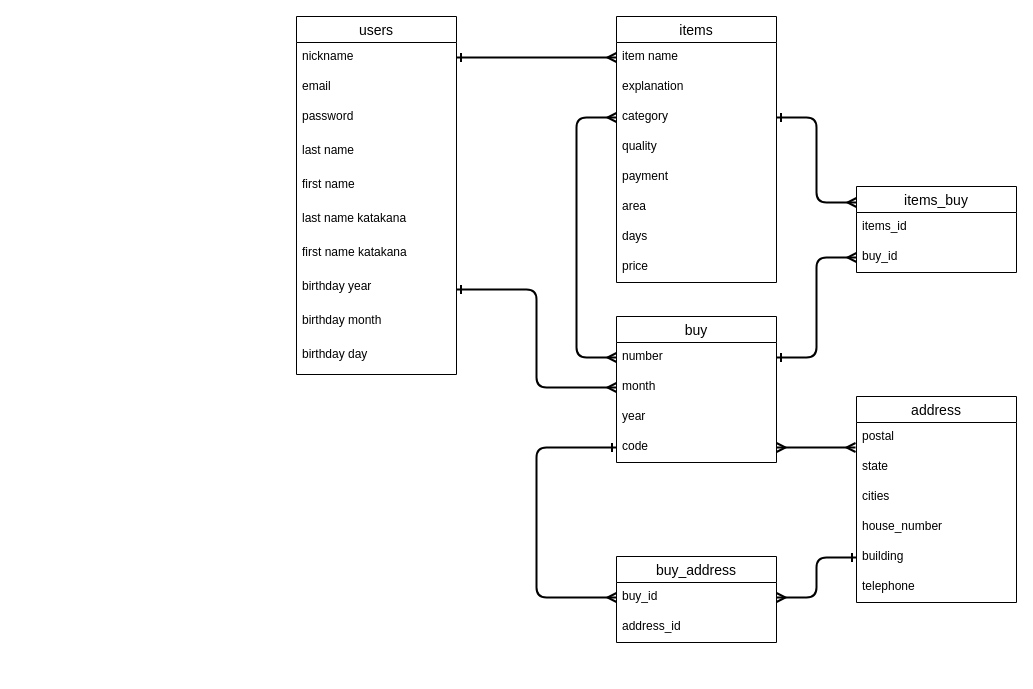
The draw.io diagram furima.dio in ohirune41/furima-37976, before the edit. Source tidied: cells renumbered, new cells numbered last; positions are measured from the earlier drawing's top-left corner, leaving out a move shared by most shapes. Both pictures are drawn from the tidied source at 100%, with x=0, y=0 at pixel (296, 16).
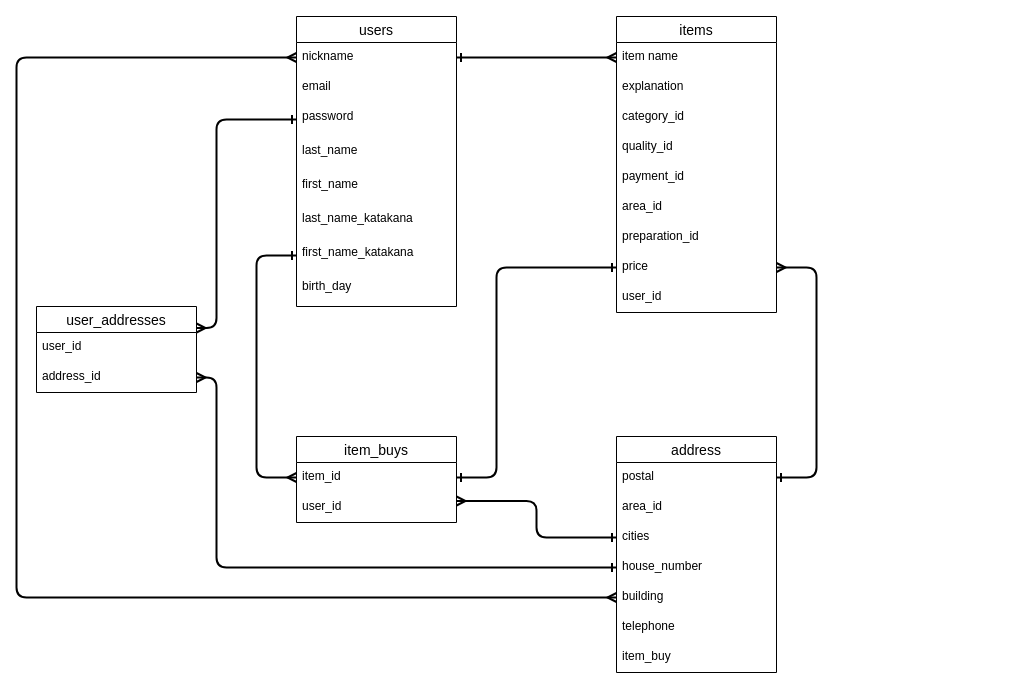
The same page after the edit.

Commit message (it also covers changes not shown here):
READMEとER図の修正

The change refers to these unchanged cells:
```xml
<mxCell id="3" value="nickname&#10;" style="text;strokeColor=none;fillColor=none;spacingLeft=4;spacingRight=4;overflow=hidden;points=[[0,0.5],[1,0.5]];portConstraint=eastwest;fontSize=12;" parent="2" vertex="1">
  <mxGeometry y="26" width="160" height="30" as="geometry" />
</mxCell>
<mxCell id="5" value="password" style="text;strokeColor=none;fillColor=none;spacingLeft=4;spacingRight=4;overflow=hidden;points=[[0,0.5],[1,0.5]];portConstraint=eastwest;fontSize=12;" parent="2" vertex="1">
  <mxGeometry y="86" width="160" height="34" as="geometry" />
</mxCell>
<mxCell id="21" value="price" style="text;strokeColor=none;fillColor=none;spacingLeft=4;spacingRight=4;overflow=hidden;points=[[0,0.5],[1,0.5]];portConstraint=eastwest;fontSize=12;" parent="13" vertex="1">
  <mxGeometry y="236" width="160" height="30" as="geometry" />
</mxCell>
<mxCell id="29" value="postal" style="text;strokeColor=none;fillColor=none;spacingLeft=4;spacingRight=4;overflow=hidden;points=[[0,0.5],[1,0.5]];portConstraint=eastwest;fontSize=12;" parent="28" vertex="1">
  <mxGeometry y="26" width="160" height="30" as="geometry" />
</mxCell>
<mxCell id="31" value="cities" style="text;strokeColor=none;fillColor=none;spacingLeft=4;spacingRight=4;overflow=hidden;points=[[0,0.5],[1,0.5]];portConstraint=eastwest;fontSize=12;" parent="28" vertex="1">
  <mxGeometry y="86" width="160" height="30" as="geometry" />
</mxCell>
<mxCell id="32" value="house_number" style="text;strokeColor=none;fillColor=none;spacingLeft=4;spacingRight=4;overflow=hidden;points=[[0,0.5],[1,0.5]];portConstraint=eastwest;fontSize=12;" parent="28" vertex="1">
  <mxGeometry y="116" width="160" height="30" as="geometry" />
</mxCell>
<mxCell id="33" value="building" style="text;strokeColor=none;fillColor=none;spacingLeft=4;spacingRight=4;overflow=hidden;points=[[0,0.5],[1,0.5]];portConstraint=eastwest;fontSize=12;" parent="28" vertex="1">
  <mxGeometry y="146" width="160" height="30" as="geometry" />
</mxCell>
```

Diff of the diagram source:
```diff
@@
     <mxCell id="2" value="users" style="swimlane;fontStyle=0;horizontal=1;startSize=26;align=center;fontSize=14;" parent="1" vertex="1">
-      <mxGeometry width="160" height="358" as="geometry" />
+      <mxGeometry width="160" height="290" as="geometry" />
     </mxCell>
@@
-    <mxCell id="6" value="last name" style="text;strokeColor=none;fillColor=none;spacingLeft=4;spacingRight=4;overflow=hidden;fontSize=12;" parent="2" vertex="1">
+    <mxCell id="6" value="last_name" style="text;strokeColor=none;fillColor=none;spacingLeft=4;spacingRight=4;overflow=hidden;fontSize=12;" parent="2" vertex="1">
       <mxGeometry y="120" width="160" height="34" as="geometry" />
     </mxCell>
-    <mxCell id="7" value="first name" style="text;strokeColor=none;fillColor=none;spacingLeft=4;spacingRight=4;overflow=hidden;fontSize=12;" parent="2" vertex="1">
+    <mxCell id="7" value="first_name" style="text;strokeColor=none;fillColor=none;spacingLeft=4;spacingRight=4;overflow=hidden;fontSize=12;" parent="2" vertex="1">
       <mxGeometry y="154" width="160" height="34" as="geometry" />
     </mxCell>
-    <mxCell id="8" value="last name katakana" style="text;strokeColor=none;fillColor=none;spacingLeft=4;spacingRight=4;overflow=hidden;fontSize=12;" parent="2" vertex="1">
+    <mxCell id="8" value="last_name_katakana" style="text;strokeColor=none;fillColor=none;spacingLeft=4;spacingRight=4;overflow=hidden;fontSize=12;" parent="2" vertex="1">
       <mxGeometry y="188" width="160" height="34" as="geometry" />
     </mxCell>
-    <mxCell id="9" value="first name katakana" style="text;strokeColor=none;fillColor=none;spacingLeft=4;spacingRight=4;overflow=hidden;points=[[0,0.5],[1,0.5]];portConstraint=eastwest;fontSize=12;" parent="2" vertex="1">
+    <mxCell id="9" value="first_name_katakana" style="text;strokeColor=none;fillColor=none;spacingLeft=4;spacingRight=4;overflow=hidden;points=[[0,0.5],[1,0.5]];portConstraint=eastwest;fontSize=12;" parent="2" vertex="1">
       <mxGeometry y="222" width="160" height="34" as="geometry" />
     </mxCell>
-    <mxCell id="10" value="birthday year" style="text;strokeColor=none;fillColor=none;spacingLeft=4;spacingRight=4;overflow=hidden;points=[[0,0.5],[1,0.5]];portConstraint=eastwest;fontSize=12;" parent="2" vertex="1">
+    <mxCell id="10" value="birth_day" style="text;strokeColor=none;fillColor=none;spacingLeft=4;spacingRight=4;overflow=hidden;points=[[0,0.5],[1,0.5]];portConstraint=eastwest;fontSize=12;" parent="2" vertex="1">
       <mxGeometry y="256" width="160" height="34" as="geometry" />
     </mxCell>
-    <mxCell id="11" value="birthday month" style="text;strokeColor=none;fillColor=none;spacingLeft=4;spacingRight=4;overflow=hidden;fontSize=12;" parent="2" vertex="1">
-      <mxGeometry y="290" width="160" height="34" as="geometry" />
-    </mxCell>
-    <mxCell id="12" value="birthday day" style="text;strokeColor=none;fillColor=none;spacingLeft=4;spacingRight=4;overflow=hidden;fontSize=12;" parent="2" vertex="1">
-      <mxGeometry y="324" width="160" height="34" as="geometry" />
-    </mxCell>
     <mxCell id="13" value="items" style="swimlane;fontStyle=0;horizontal=1;startSize=26;align=center;fontSize=14;" parent="1" vertex="1">
-      <mxGeometry x="320" width="160" height="266" as="geometry" />
+      <mxGeometry x="320" width="160" height="296" as="geometry" />
     </mxCell>
@@
-    <mxCell id="16" value="category" style="text;strokeColor=none;fillColor=none;spacingLeft=4;spacingRight=4;overflow=hidden;fontSize=12;" parent="13" vertex="1">
+    <mxCell id="16" value="category_id" style="text;strokeColor=none;fillColor=none;spacingLeft=4;spacingRight=4;overflow=hidden;fontSize=12;" parent="13" vertex="1">
       <mxGeometry y="86" width="160" height="30" as="geometry" />
     </mxCell>
-    <mxCell id="17" value="quality" style="text;strokeColor=none;fillColor=none;spacingLeft=4;spacingRight=4;overflow=hidden;fontSize=12;" parent="13" vertex="1">
+    <mxCell id="17" value="quality_id" style="text;strokeColor=none;fillColor=none;spacingLeft=4;spacingRight=4;overflow=hidden;fontSize=12;" parent="13" vertex="1">
       <mxGeometry y="116" width="160" height="30" as="geometry" />
     </mxCell>
-    <mxCell id="18" value="payment" style="text;strokeColor=none;fillColor=none;spacingLeft=4;spacingRight=4;overflow=hidden;fontSize=12;" parent="13" vertex="1">
+    <mxCell id="18" value="payment_id" style="text;strokeColor=none;fillColor=none;spacingLeft=4;spacingRight=4;overflow=hidden;fontSize=12;" parent="13" vertex="1">
       <mxGeometry y="146" width="160" height="30" as="geometry" />
     </mxCell>
-    <mxCell id="19" value="area" style="text;strokeColor=none;fillColor=none;spacingLeft=4;spacingRight=4;overflow=hidden;fontSize=12;" parent="13" vertex="1">
+    <mxCell id="19" value="area_id" style="text;strokeColor=none;fillColor=none;spacingLeft=4;spacingRight=4;overflow=hidden;fontSize=12;" parent="13" vertex="1">
       <mxGeometry y="176" width="160" height="30" as="geometry" />
     </mxCell>
-    <mxCell id="20" value="days" style="text;strokeColor=none;fillColor=none;spacingLeft=4;spacingRight=4;overflow=hidden;fontSize=12;" parent="13" vertex="1">
+    <mxCell id="20" value="preparation_id" style="text;strokeColor=none;fillColor=none;spacingLeft=4;spacingRight=4;overflow=hidden;fontSize=12;" parent="13" vertex="1">
       <mxGeometry y="206" width="160" height="30" as="geometry" />
     </mxCell>
@@
+    <mxCell id="48" value="user_id" style="text;strokeColor=none;fillColor=none;spacingLeft=4;spacingRight=4;overflow=hidden;fontSize=12;" parent="13" vertex="1">
+      <mxGeometry y="266" width="160" height="30" as="geometry" />
+    </mxCell>
@@
-    <mxCell id="23" value="buy" style="swimlane;fontStyle=0;horizontal=1;startSize=26;align=center;fontSize=14;" parent="1" vertex="1">
-      <mxGeometry x="320" y="300" width="160" height="146" as="geometry" />
-    </mxCell>
-    <mxCell id="24" value="number" style="text;strokeColor=none;fillColor=none;spacingLeft=4;spacingRight=4;overflow=hidden;points=[[0,0.5],[1,0.5]];portConstraint=eastwest;fontSize=12;" parent="23" vertex="1">
-      <mxGeometry y="26" width="160" height="30" as="geometry" />
-    </mxCell>
-    <mxCell id="25" value="month" style="text;strokeColor=none;fillColor=none;spacingLeft=4;spacingRight=4;overflow=hidden;points=[[0,0.5],[1,0.5]];portConstraint=eastwest;fontSize=12;" parent="23" vertex="1">
-      <mxGeometry y="56" width="160" height="30" as="geometry" />
-    </mxCell>
-    <mxCell id="26" value="year" style="text;strokeColor=none;fillColor=none;spacingLeft=4;spacingRight=4;overflow=hidden;fontSize=12;" parent="23" vertex="1">
-      <mxGeometry y="86" width="160" height="30" as="geometry" />
-    </mxCell>
-    <mxCell id="27" value="code" style="text;strokeColor=none;fillColor=none;spacingLeft=4;spacingRight=4;overflow=hidden;points=[[0,0.5],[1,0.5]];portConstraint=eastwest;fontSize=12;" parent="23" vertex="1">
-      <mxGeometry y="116" width="160" height="30" as="geometry" />
-    </mxCell>
     <mxCell id="28" value="address" style="swimlane;fontStyle=0;horizontal=1;startSize=26;align=center;fontSize=14;" parent="1" vertex="1">
-      <mxGeometry x="560" y="380" width="160" height="206" as="geometry" />
+      <mxGeometry x="320" y="420" width="160" height="236" as="geometry" />
     </mxCell>
@@
-    <mxCell id="30" value="state" style="text;strokeColor=none;fillColor=none;spacingLeft=4;spacingRight=4;overflow=hidden;fontSize=12;" parent="28" vertex="1">
+    <mxCell id="30" value="area_id" style="text;strokeColor=none;fillColor=none;spacingLeft=4;spacingRight=4;overflow=hidden;fontSize=12;" parent="28" vertex="1">
       <mxGeometry y="56" width="160" height="30" as="geometry" />
     </mxCell>
@@
-    <mxCell id="35" style="edgeStyle=elbowEdgeStyle;rounded=1;html=1;exitX=1;exitY=0.5;exitDx=0;exitDy=0;fontSize=11;startArrow=ERone;startFill=0;endArrow=ERmany;endFill=0;sourcePerimeterSpacing=0;targetPerimeterSpacing=0;strokeColor=default;strokeWidth=2;entryX=0;entryY=0.5;entryDx=0;entryDy=0;" parent="1" edge="1" source="10" target="25">
-      <mxGeometry relative="1" as="geometry" />
-    </mxCell>
-    <mxCell id="36" style="edgeStyle=orthogonalEdgeStyle;rounded=1;html=1;exitX=1;exitY=0.5;exitDx=0;exitDy=0;entryX=-0.006;entryY=0.833;entryDx=0;entryDy=0;entryPerimeter=0;fontSize=11;startArrow=ERmany;startFill=0;endArrow=ERmany;endFill=0;sourcePerimeterSpacing=0;targetPerimeterSpacing=0;strokeColor=default;strokeWidth=2;elbow=vertical;" parent="1" edge="1" source="27" target="29">
-      <mxGeometry relative="1" as="geometry" />
-    </mxCell>
-    <mxCell id="37" value="buy_address" style="swimlane;fontStyle=0;horizontal=1;startSize=26;align=center;fontSize=14;" parent="1" vertex="1">
-      <mxGeometry x="320" y="540" width="160" height="86" as="geometry" />
-    </mxCell>
-    <mxCell id="38" value="buy_id" style="text;strokeColor=none;fillColor=none;spacingLeft=4;spacingRight=4;overflow=hidden;points=[[0,0.5],[1,0.5]];portConstraint=eastwest;fontSize=12;" parent="37" vertex="1">
-      <mxGeometry y="26" width="160" height="30" as="geometry" />
-    </mxCell>
-    <mxCell id="39" value="address_id" style="text;strokeColor=none;fillColor=none;spacingLeft=4;spacingRight=4;overflow=hidden;points=[[0,0.5],[1,0.5]];portConstraint=eastwest;fontSize=12;" parent="37" vertex="1">
-      <mxGeometry y="56" width="160" height="30" as="geometry" />
-    </mxCell>
-    <mxCell id="40" style="edgeStyle=orthogonalEdgeStyle;rounded=1;html=1;exitX=1;exitY=0.5;exitDx=0;exitDy=0;fontSize=11;startArrow=ERmany;startFill=0;endArrow=ERone;endFill=0;sourcePerimeterSpacing=0;targetPerimeterSpacing=0;strokeColor=default;strokeWidth=2;elbow=vertical;entryX=0;entryY=0.5;entryDx=0;entryDy=0;" parent="1" edge="1" source="38" target="33">
-      <mxGeometry relative="1" as="geometry" />
-    </mxCell>
-    <mxCell id="41" style="edgeStyle=elbowEdgeStyle;rounded=1;html=1;exitX=0;exitY=0.5;exitDx=0;exitDy=0;fontSize=11;startArrow=ERone;startFill=0;endArrow=ERmany;endFill=0;sourcePerimeterSpacing=0;targetPerimeterSpacing=0;strokeColor=default;strokeWidth=2;entryX=0;entryY=0.5;entryDx=0;entryDy=0;" parent="1" edge="1" source="27" target="38">
-      <mxGeometry relative="1" as="geometry">
-        <Array as="points">
-          <mxPoint x="240" y="510" />
-        </Array>
-      </mxGeometry>
-    </mxCell>
+    <mxCell id="49" value="item_buy" style="text;strokeColor=none;fillColor=none;spacingLeft=4;spacingRight=4;overflow=hidden;fontSize=12;" parent="28" vertex="1">
+      <mxGeometry y="206" width="160" height="30" as="geometry" />
+    </mxCell>
+    <mxCell id="50" style="edgeStyle=elbowEdgeStyle;rounded=1;html=1;exitX=1;exitY=0.75;exitDx=0;exitDy=0;entryX=0;entryY=0.5;entryDx=0;entryDy=0;fontSize=11;startArrow=ERmany;startFill=0;endArrow=ERone;endFill=0;sourcePerimeterSpacing=0;targetPerimeterSpacing=0;strokeColor=default;strokeWidth=2;" parent="1" edge="1" source="42" target="31">
+      <mxGeometry relative="1" as="geometry" />
+    </mxCell>
-    <mxCell id="42" value="items_buy" style="swimlane;fontStyle=0;horizontal=1;startSize=26;align=center;fontSize=14;" parent="1" vertex="1">
-      <mxGeometry x="560" y="170" width="160" height="86" as="geometry" />
+    <mxCell id="42" value="item_buys" style="swimlane;fontStyle=0;horizontal=1;startSize=26;align=center;fontSize=14;" parent="1" vertex="1">
+      <mxGeometry y="420" width="160" height="86" as="geometry" />
     </mxCell>
-    <mxCell id="43" value="items_id" style="text;strokeColor=none;fillColor=none;spacingLeft=4;spacingRight=4;overflow=hidden;points=[[0,0.5],[1,0.5]];portConstraint=eastwest;fontSize=12;" parent="42" vertex="1">
+    <mxCell id="43" value="item_id" style="text;strokeColor=none;fillColor=none;spacingLeft=4;spacingRight=4;overflow=hidden;points=[[0,0.5],[1,0.5]];portConstraint=eastwest;fontSize=12;" parent="42" vertex="1">
       <mxGeometry y="26" width="160" height="30" as="geometry" />
     </mxCell>
-    <mxCell id="44" value="buy_id" style="text;strokeColor=none;fillColor=none;spacingLeft=4;spacingRight=4;overflow=hidden;points=[[0,0.5],[1,0.5]];portConstraint=eastwest;fontSize=12;" parent="42" vertex="1">
+    <mxCell id="44" value="user_id" style="text;strokeColor=none;fillColor=none;spacingLeft=4;spacingRight=4;overflow=hidden;points=[[0,0.5],[1,0.5]];portConstraint=eastwest;fontSize=12;" parent="42" vertex="1">
       <mxGeometry y="56" width="160" height="30" as="geometry" />
     </mxCell>
-    <mxCell id="45" style="edgeStyle=elbowEdgeStyle;rounded=1;html=1;exitX=0;exitY=0.5;exitDx=0;exitDy=0;fontSize=11;startArrow=ERmany;startFill=0;endArrow=ERmany;endFill=0;sourcePerimeterSpacing=0;targetPerimeterSpacing=0;strokeColor=default;strokeWidth=2;entryX=0;entryY=0.5;entryDx=0;entryDy=0;" parent="1" edge="1" target="24">
-      <mxGeometry relative="1" as="geometry">
-        <mxPoint x="320" y="101" as="sourcePoint" />
-        <Array as="points">
-          <mxPoint x="280" y="220" />
-        </Array>
-      </mxGeometry>
-    </mxCell>
-    <mxCell id="46" style="edgeStyle=elbowEdgeStyle;rounded=1;html=1;exitX=1;exitY=0.5;exitDx=0;exitDy=0;fontSize=11;startArrow=ERone;startFill=0;endArrow=ERmany;endFill=0;sourcePerimeterSpacing=0;targetPerimeterSpacing=0;strokeColor=default;strokeWidth=2;" parent="1" edge="1">
-      <mxGeometry relative="1" as="geometry">
-        <mxPoint x="480" y="101" as="sourcePoint" />
-        <mxPoint x="560" y="186" as="targetPoint" />
-      </mxGeometry>
-    </mxCell>
-    <mxCell id="47" style="edgeStyle=elbowEdgeStyle;rounded=1;html=1;exitX=1;exitY=0.5;exitDx=0;exitDy=0;entryX=0;entryY=0.5;entryDx=0;entryDy=0;fontSize=11;startArrow=ERone;startFill=0;endArrow=ERmany;endFill=0;sourcePerimeterSpacing=0;targetPerimeterSpacing=0;strokeColor=default;strokeWidth=2;" parent="1" edge="1" source="24" target="44">
-      <mxGeometry relative="1" as="geometry" />
-    </mxCell>
+    <mxCell id="51" style="edgeStyle=elbowEdgeStyle;rounded=1;html=1;exitX=0;exitY=0.5;exitDx=0;exitDy=0;fontSize=11;startArrow=ERone;startFill=0;endArrow=ERmany;endFill=0;sourcePerimeterSpacing=0;targetPerimeterSpacing=0;strokeColor=default;strokeWidth=2;entryX=0;entryY=0.5;entryDx=0;entryDy=0;" parent="1" edge="1" source="9" target="43">
+      <mxGeometry relative="1" as="geometry">
+        <Array as="points">
+          <mxPoint x="-40" y="130" />
+          <mxPoint x="-40" y="250" />
+        </Array>
+      </mxGeometry>
+    </mxCell>
+    <mxCell id="52" style="edgeStyle=elbowEdgeStyle;rounded=1;html=1;exitX=0;exitY=0.5;exitDx=0;exitDy=0;fontSize=11;startArrow=ERmany;startFill=0;endArrow=ERmany;endFill=0;sourcePerimeterSpacing=0;targetPerimeterSpacing=0;strokeColor=default;strokeWidth=2;entryX=0;entryY=0.5;entryDx=0;entryDy=0;" parent="1" edge="1" source="3" target="33">
+      <mxGeometry relative="1" as="geometry">
+        <Array as="points">
+          <mxPoint x="-280" y="330" />
+          <mxPoint x="-240" y="300" />
+          <mxPoint x="-80" y="560" />
+          <mxPoint x="-80" y="580" />
+        </Array>
+      </mxGeometry>
+    </mxCell>
+    <mxCell id="53" style="edgeStyle=elbowEdgeStyle;rounded=1;html=1;exitX=0;exitY=0.5;exitDx=0;exitDy=0;entryX=1;entryY=0.5;entryDx=0;entryDy=0;fontSize=11;startArrow=ERone;startFill=0;endArrow=ERone;endFill=0;sourcePerimeterSpacing=0;targetPerimeterSpacing=0;strokeColor=default;strokeWidth=2;" parent="1" edge="1" source="21" target="43">
+      <mxGeometry relative="1" as="geometry">
+        <Array as="points">
+          <mxPoint x="200" y="360" />
+        </Array>
+      </mxGeometry>
+    </mxCell>
+    <mxCell id="54" style="edgeStyle=elbowEdgeStyle;rounded=1;html=1;exitX=1;exitY=0.5;exitDx=0;exitDy=0;fontSize=11;startArrow=ERmany;startFill=0;endArrow=ERone;endFill=0;sourcePerimeterSpacing=0;targetPerimeterSpacing=0;strokeColor=default;strokeWidth=2;entryX=1;entryY=0.5;entryDx=0;entryDy=0;" parent="1" edge="1" source="21" target="29">
+      <mxGeometry relative="1" as="geometry">
+        <Array as="points">
+          <mxPoint x="520" y="370" />
+        </Array>
+      </mxGeometry>
+    </mxCell>
+    <mxCell id="55" value="user_addresses" style="swimlane;fontStyle=0;horizontal=1;startSize=26;align=center;fontSize=14;" parent="1" vertex="1">
+      <mxGeometry x="-260" y="290" width="160" height="86" as="geometry" />
+    </mxCell>
+    <mxCell id="56" value="user_id" style="text;strokeColor=none;fillColor=none;spacingLeft=4;spacingRight=4;overflow=hidden;fontSize=12;" parent="55" vertex="1">
+      <mxGeometry y="26" width="160" height="30" as="geometry" />
+    </mxCell>
+    <mxCell id="39" value="address_id" style="text;strokeColor=none;fillColor=none;spacingLeft=4;spacingRight=4;overflow=hidden;points=[[0,0.5],[1,0.5]];portConstraint=eastwest;fontSize=12;" parent="55" vertex="1">
+      <mxGeometry y="56" width="160" height="30" as="geometry" />
+    </mxCell>
+    <mxCell id="57" style="edgeStyle=elbowEdgeStyle;rounded=1;html=1;exitX=0;exitY=0.5;exitDx=0;exitDy=0;entryX=1;entryY=0.25;entryDx=0;entryDy=0;fontSize=11;startArrow=ERone;startFill=0;endArrow=ERmany;endFill=0;sourcePerimeterSpacing=0;targetPerimeterSpacing=0;strokeColor=default;strokeWidth=2;" parent="1" edge="1" source="5" target="55">
+      <mxGeometry relative="1" as="geometry">
+        <Array as="points">
+          <mxPoint x="-80" y="210" />
+        </Array>
+      </mxGeometry>
+    </mxCell>
+    <mxCell id="58" style="edgeStyle=elbowEdgeStyle;rounded=1;html=1;exitX=1;exitY=0.5;exitDx=0;exitDy=0;entryX=0;entryY=0.5;entryDx=0;entryDy=0;fontSize=11;startArrow=ERmany;startFill=0;endArrow=ERone;endFill=0;sourcePerimeterSpacing=0;targetPerimeterSpacing=0;strokeColor=default;strokeWidth=2;" parent="1" edge="1" source="39" target="32">
+      <mxGeometry relative="1" as="geometry">
+        <Array as="points">
+          <mxPoint x="-80" y="450" />
+        </Array>
+      </mxGeometry>
+    </mxCell>
```
